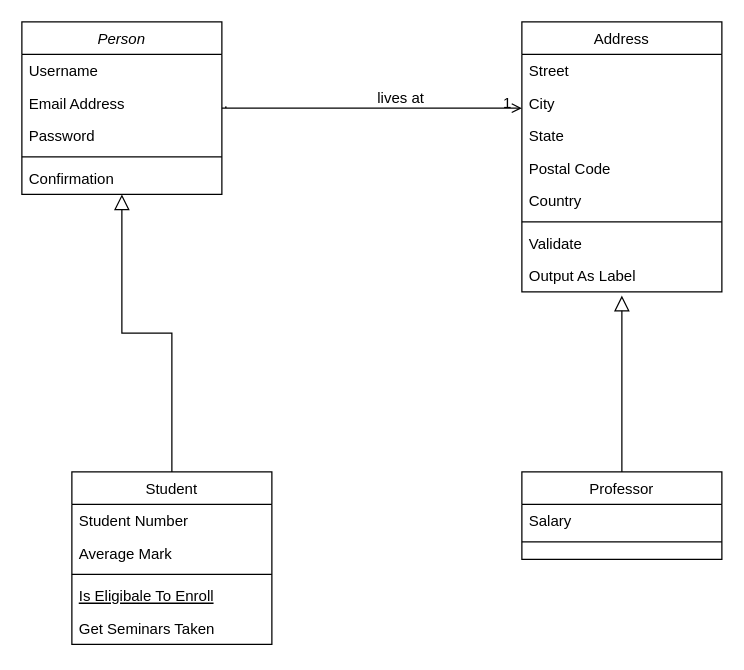
This is Untitled Diagram.drawio from Lisannevdboomen/Commerce, a draw.io file, before an edit. Source tidied: cells renumbered, new cells numbered last; positions are measured from the earlier drawing's top-left corner, leaving out a move shared by most shapes. Both pictures are drawn from the tidied source at 125%, with x=0, y=0 at pixel (21, 21).
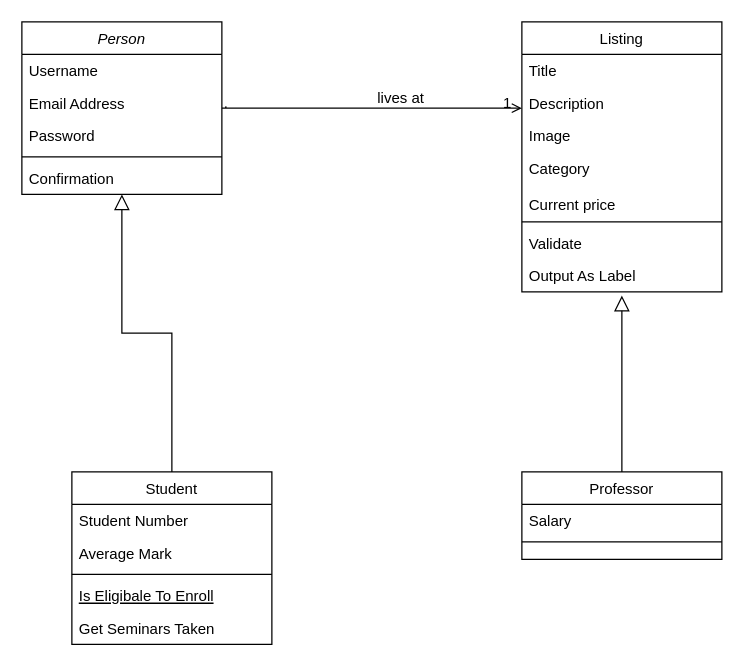
After the change.

Diff of the diagram source:
```diff
@@
-    <mxCell id="20" value="Address" style="swimlane;fontStyle=0;align=center;verticalAlign=top;horizontal=1;startSize=26;rounded=0;shadow=0;strokeWidth=1;" parent="1" vertex="1">
+    <mxCell id="20" value="Listing" style="swimlane;fontStyle=0;align=center;verticalAlign=top;horizontal=1;startSize=26;rounded=0;shadow=0;strokeWidth=1;" parent="1" vertex="1">
       <mxGeometry x="400" width="160" height="216" as="geometry" />
     </mxCell>
-    <mxCell id="21" value="Street" style="text;align=left;verticalAlign=top;spacingLeft=4;spacingRight=4;overflow=hidden;" parent="20" vertex="1">
+    <mxCell id="21" value="Title" style="text;align=left;verticalAlign=top;spacingLeft=4;spacingRight=4;overflow=hidden;" parent="20" vertex="1">
       <mxGeometry y="26" width="160" height="26" as="geometry" />
     </mxCell>
-    <mxCell id="22" value="City" style="text;align=left;verticalAlign=top;spacingLeft=4;spacingRight=4;overflow=hidden;rounded=0;shadow=0;html=0;" parent="20" vertex="1">
+    <mxCell id="22" value="Description" style="text;align=left;verticalAlign=top;spacingLeft=4;spacingRight=4;overflow=hidden;rounded=0;shadow=0;html=0;" parent="20" vertex="1">
       <mxGeometry y="52" width="160" height="26" as="geometry" />
     </mxCell>
-    <mxCell id="23" value="State" style="text;align=left;verticalAlign=top;spacingLeft=4;spacingRight=4;overflow=hidden;rounded=0;shadow=0;html=0;" parent="20" vertex="1">
+    <mxCell id="23" value="Image" style="text;align=left;verticalAlign=top;spacingLeft=4;spacingRight=4;overflow=hidden;rounded=0;shadow=0;html=0;" parent="20" vertex="1">
       <mxGeometry y="78" width="160" height="26" as="geometry" />
     </mxCell>
-    <mxCell id="24" value="Postal Code" style="text;align=left;verticalAlign=top;spacingLeft=4;spacingRight=4;overflow=hidden;rounded=0;shadow=0;html=0;" parent="20" vertex="1">
+    <mxCell id="24" value="Category" style="text;align=left;verticalAlign=top;spacingLeft=4;spacingRight=4;overflow=hidden;rounded=0;shadow=0;html=0;" parent="20" vertex="1">
       <mxGeometry y="104" width="160" height="26" as="geometry" />
     </mxCell>
-    <mxCell id="25" value="Country" style="text;align=left;verticalAlign=top;spacingLeft=4;spacingRight=4;overflow=hidden;rounded=0;shadow=0;html=0;" parent="20" vertex="1">
+    <mxCell id="25" value="Current price" style="text;align=left;verticalAlign=bottom;spacingLeft=4;spacingRight=4;overflow=hidden;rounded=0;shadow=0;html=0;" parent="20" vertex="1">
       <mxGeometry y="130" width="160" height="26" as="geometry" />
     </mxCell>
```
